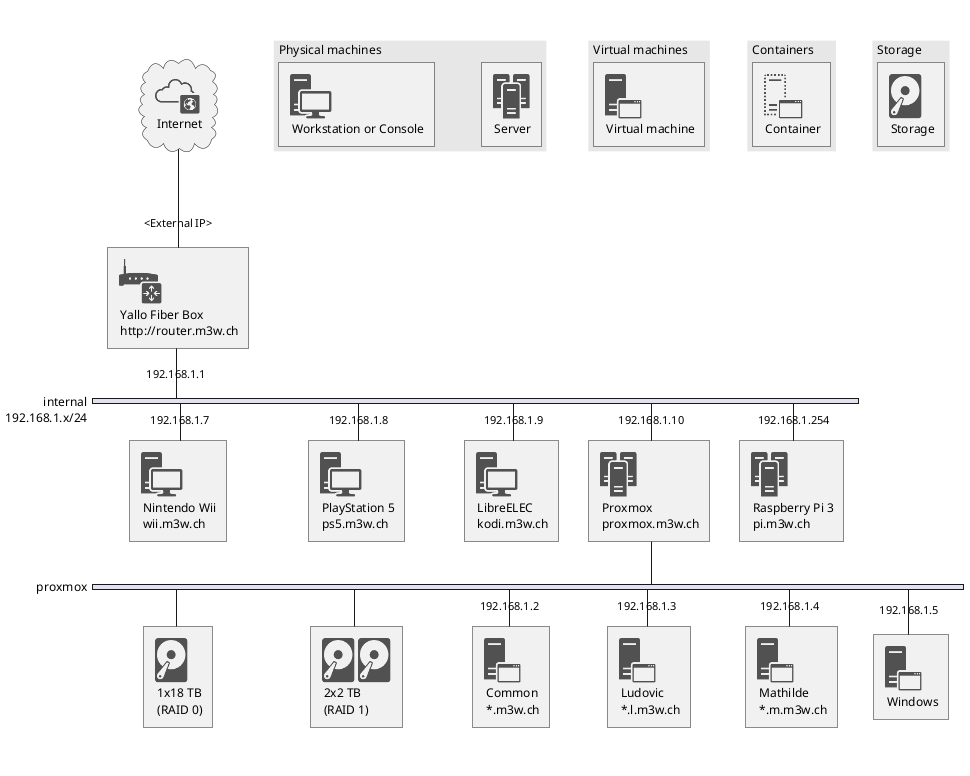
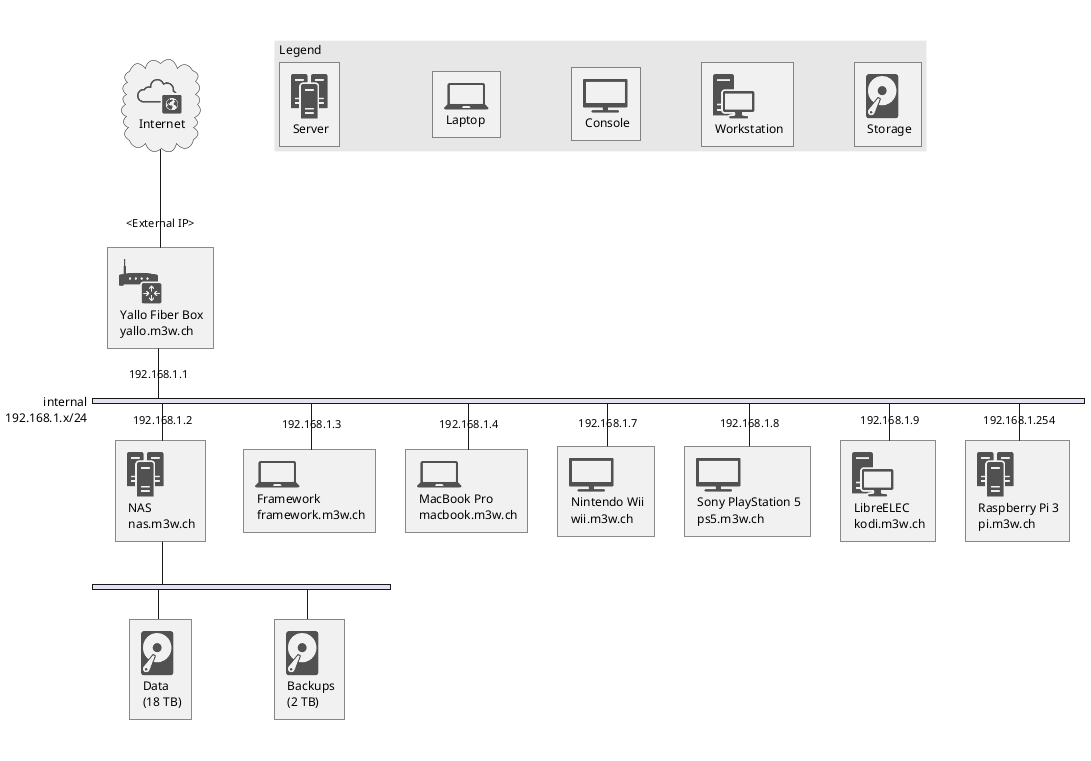
@startnwdiag overview-diagram
!include <office/Clouds/public_cloud>
!include <office/Devices/router>
!include <office/Devices/workstation>
+ !include <office/Devices/device_laptop>
+ !include <office/Devices/device_tv>
!include <office/Servers/cluster_server>
!include <office/Servers/application_server>
!include <office/Servers/virtual_application_server>
!include <office/Devices/hard_disk>
+ !include <office/Devices/cell_phone_generic>

nwdiag {
-   group physical_machines {
-     description = "Physical machines";
+   group legend {
+     description = "Legend";

-     workstation [description = "<$workstation>\n Workstation or Console"]
-     cluster_server [description = "<$cluster_server>\n Server"]
-   }
- 
-   group virtual_machines {
-     description = "Virtual machines";
- 
-     application_server [description = "<$application_server>\n Virtual machine"]
-   }
- 
-   group containers {
-     description = "Containers";
- 
-     virtual_application_server [description = "<$virtual_application_server>\n Container"]
-   }
- 
-   group storage {
-     description = "Storage";
- 
+     server [description = "<$cluster_server>\n Server"]
+     laptop [description = "<$device_laptop>\n Laptop"]
+     console [description = "<$device_tv>\n Console"]
+     workstation [description = "<$workstation>\n Workstation"]
    storage [description = "<$hard_disk>\n Storage"]
  }

  internet [shape = cloud,  description = "<$public_cloud>\n Internet"]

  internet -- router

-   router [address = "<External IP>",  description = "<$router>\n Yallo Fiber Box\n http://router.m3w.ch"]
+   router [address = "<External IP>",  description = "<$router>\n Yallo Fiber Box\n yallo.m3w.ch"]

  network internal {
      address = "192.168.1.x/24"
      router [address = "192.168.1.1"]

-       wii [address = "192.168.1.7"]
-       ps5 [address = "192.168.1.8"]
+       nas [address = "192.168.1.2"]
+       framework [address = "192.168.1.3"]
+       macbook_pro [address = "192.168.1.4"]
+       nintendo_wii [address = "192.168.1.7"]
+       sony_ps5 [address = "192.168.1.8"]
      libreelec [address = "192.168.1.9"]
-       proxmox [address = "192.168.1.10"]
      raspberry_pi [address = "192.168.1.254"]
  }

-   wii [description = "<$workstation>\n Nintendo Wii\n wii.m3w.ch"]
-   ps5 [description = "<$workstation>\n PlayStation 5\n ps5.m3w.ch"]
+   nas [description = "<$cluster_server>\n NAS\n nas.m3w.ch"]
+   framework [description = "<$device_laptop>\n Framework\n framework.m3w.ch"]
+   macbook_pro [description = "<$device_laptop>\n MacBook Pro\n macbook.m3w.ch"]
+   nintendo_wii [description = "<$device_tv>\n Nintendo Wii\n wii.m3w.ch"]
+   sony_ps5 [description = "<$device_tv>\n Sony PlayStation 5\n ps5.m3w.ch"]
  libreelec [description = "<$workstation>\n LibreELEC\n kodi.m3w.ch"]
-   proxmox [description = "<$cluster_server>\n Proxmox\n proxmox.m3w.ch"]
  raspberry_pi [description = "<$cluster_server>\n Raspberry Pi 3\n pi.m3w.ch"]

-   network proxmox {
-       proxmox
+   network {
+       nas
      storage_1
      storage_2
- 
-       common [address = "192.168.1.2"]
-       ludovic [address = "192.168.1.3"]
-       mathilde [address = "192.168.1.4"]
-       windows [address = "192.168.1.5"]
  }

-   storage_1 [description = "<$hard_disk>\n 1x18 TB\n (RAID 0)"]
-   storage_2 [description = "<$hard_disk><$hard_disk>\n 2x2 TB\n (RAID 1)"]
-   common [description = "<$application_server>\n Common\n *.m3w.ch"]
-   ludovic [description = "<$application_server>\n Ludovic\n *.l.m3w.ch"]
-   mathilde [description = "<$application_server>\n Mathilde\n *.m.m3w.ch"]
-   windows [description = "<$application_server>\n Windows"]
+   storage_1 [description = "<$hard_disk>\n Data\n (18 TB)"]
+   storage_2 [description = "<$hard_disk>\n Backups\n (2 TB)"]
}
@endnwdiag
